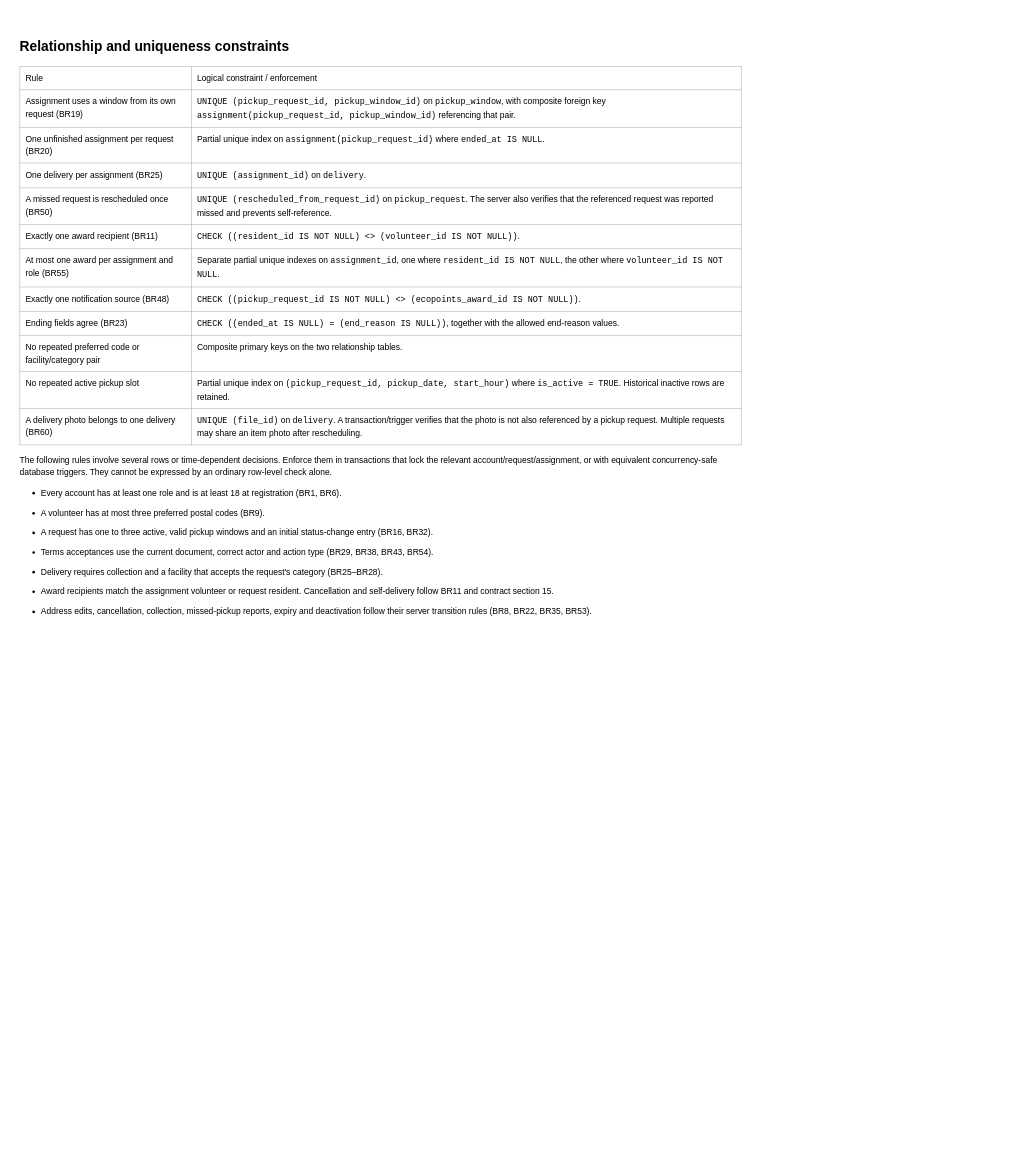
The draw.io diagram page "Relationship and uniqueness constraints" (5 of 6) of docs/Final Submission/ENSF608/2. Logical model/Logical Database Model.drawio in dannydufau/ecocollect, before the edit. Source tidied: cells renumbered, new cells numbered last; positions are measured from the earlier drawing's top-left corner, leaving out a move shared by most shapes. Both pictures are drawn from the tidied source at 53%, with x=0, y=0 at pixel (9, 14).
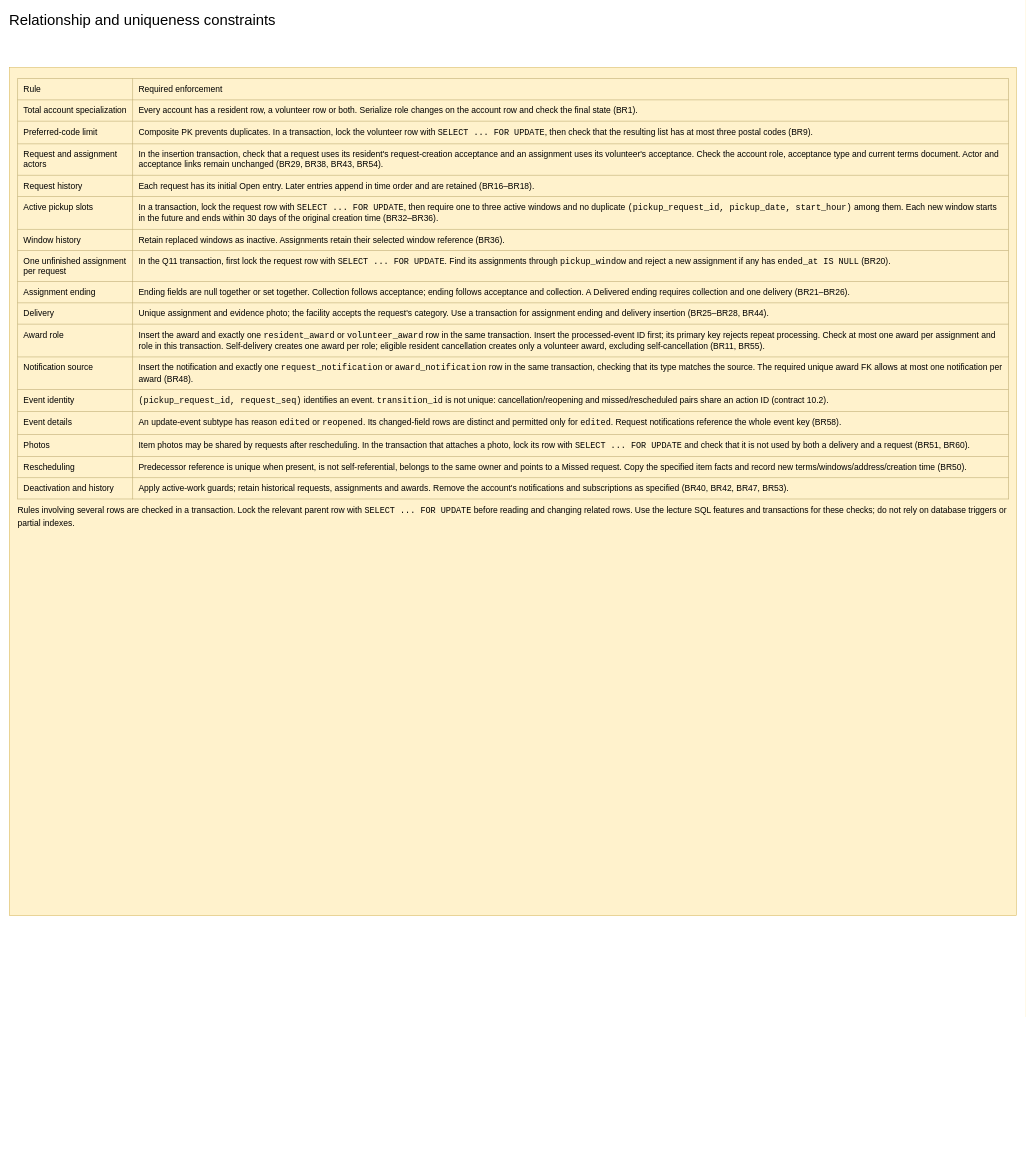
After the change.

Commit message (it also covers changes not shown here):
608: Align logical model and document normalization to 3NF (#185)

Change to the diagram source:
```diff
@@
 <mxGraphModel>
   <root>
     <mxCell id="0" />
     <mxCell id="1" parent="0" />
-    <mxCell id="2" value="&lt;div style=&quot;font-family:Helvetica,Arial,sans-serif;font-size:16px;line-height:1.45&quot;&gt;&lt;h1 style=&quot;font-size:26px&quot;&gt;Relationship and uniqueness constraints&lt;/h1&gt;&lt;table style=&quot;border-collapse:collapse;width:100%;font-size:16px&quot;&gt;&lt;tr&gt;&lt;td style=&quot;border:1px solid #aaa;padding:10px;vertical-align:top&quot;&gt;Rule&lt;/td&gt;&lt;td style=&quot;border:1px solid #aaa;padding:10px;vertical-align:top&quot;&gt;Logical constraint / enforcement&lt;/td&gt;&lt;/tr&gt;&lt;tr&gt;&lt;td style=&quot;border:1px solid #aaa;padding:10px;vertical-align:top&quot;&gt;Assignment uses a window from its own request (BR19)&lt;/td&gt;&lt;td style=&quot;border:1px solid #aaa;padding:10px;vertical-align:top&quot;&gt;&lt;code&gt;UNIQUE (pickup_request_id, pickup_window_id)&lt;/code&gt; on &lt;code&gt;pickup_window&lt;/code&gt;, with composite foreign key &lt;code&gt;assignment(pickup_request_id, pickup_window_id)&lt;/code&gt; referencing that pair.&lt;/td&gt;&lt;/tr&gt;&lt;tr&gt;&lt;td style=&quot;border:1px solid #aaa;padding:10px;vertical-align:top&quot;&gt;One unfinished assignment per request (BR20)&lt;/td&gt;&lt;td style=&quot;border:1px solid #aaa;padding:10px;vertical-align:top&quot;&gt;Partial unique index on &lt;code&gt;assignment(pickup_request_id)&lt;/code&gt; where &lt;code&gt;ended_at IS NULL&lt;/code&gt;.&lt;/td&gt;&lt;/tr&gt;&lt;tr&gt;&lt;td style=&quot;border:1px solid #aaa;padding:10px;vertical-align:top&quot;&gt;One delivery per assignment (BR25)&lt;/td&gt;&lt;td style=&quot;border:1px solid #aaa;padding:10px;vertical-align:top&quot;&gt;&lt;code&gt;UNIQUE (assignment_id)&lt;/code&gt; on &lt;code&gt;delivery&lt;/code&gt;.&lt;/td&gt;&lt;/tr&gt;&lt;tr&gt;&lt;td style=&quot;border:1px solid #aaa;padding:10px;vertical-align:top&quot;&gt;A missed request is rescheduled once (BR50)&lt;/td&gt;&lt;td style=&quot;border:1px solid #aaa;padding:10px;vertical-align:top&quot;&gt;&lt;code&gt;UNIQUE (rescheduled_from_request_id)&lt;/code&gt; on &lt;code&gt;pickup_request&lt;/code&gt;. The server also verifies that the referenced request was reported missed and prevents self-reference.&lt;/td&gt;&lt;/tr&gt;&lt;tr&gt;&lt;td style=&quot;border:1px solid #aaa;padding:10px;vertical-align:top&quot;&gt;Exactly one award recipient (BR11)&lt;/td&gt;&lt;td style=&quot;border:1px solid #aaa;padding:10px;vertical-align:top&quot;&gt;&lt;code&gt;CHECK ((resident_id IS NOT NULL) &amp;lt;&amp;gt; (volunteer_id IS NOT NULL))&lt;/code&gt;.&lt;/td&gt;&lt;/tr&gt;&lt;tr&gt;&lt;td style=&quot;border:1px solid #aaa;padding:10px;vertical-align:top&quot;&gt;At most one award per assignment and role (BR55)&lt;/td&gt;&lt;td style=&quot;border:1px solid #aaa;padding:10px;vertical-align:top&quot;&gt;Separate partial unique indexes on &lt;code&gt;assignment_id&lt;/code&gt;, one where &lt;code&gt;resident_id IS NOT NULL&lt;/code&gt;, the other where &lt;code&gt;volunteer_id IS NOT NULL&lt;/code&gt;.&lt;/td&gt;&lt;/tr&gt;&lt;tr&gt;&lt;td style=&quot;border:1px solid #aaa;padding:10px;vertical-align:top&quot;&gt;Exactly one notification source (BR48)&lt;/td&gt;&lt;td style=&quot;border:1px solid #aaa;padding:10px;vertical-align:top&quot;&gt;&lt;code&gt;CHECK ((pickup_request_id IS NOT NULL) &amp;lt;&amp;gt; (ecopoints_award_id IS NOT NULL))&lt;/code&gt;.&lt;/td&gt;&lt;/tr&gt;&lt;tr&gt;&lt;td style=&quot;border:1px solid #aaa;padding:10px;vertical-align:top&quot;&gt;Ending fields agree (BR23)&lt;/td&gt;&lt;td style=&quot;border:1px solid #aaa;padding:10px;vertical-align:top&quot;&gt;&lt;code&gt;CHECK ((ended_at IS NULL) = (end_reason IS NULL))&lt;/code&gt;, together with the allowed end-reason values.&lt;/td&gt;&lt;/tr&gt;&lt;tr&gt;&lt;td style=&quot;border:1px solid #aaa;padding:10px;vertical-align:top&quot;&gt;No repeated preferred code or facility/category pair&lt;/td&gt;&lt;td style=&quot;border:1px solid #aaa;padding:10px;vertical-align:top&quot;&gt;Composite primary keys on the two relationship tables.&lt;/td&gt;&lt;/tr&gt;&lt;tr&gt;&lt;td style=&quot;border:1px solid #aaa;padding:10px;vertical-align:top&quot;&gt;No repeated active pickup slot&lt;/td&gt;&lt;td style=&quot;border:1px solid #aaa;padding:10px;vertical-align:top&quot;&gt;Partial unique index on &lt;code&gt;(pickup_request_id, pickup_date, start_hour)&lt;/code&gt; where &lt;code&gt;is_active = TRUE&lt;/code&gt;. Historical inactive rows are retained.&lt;/td&gt;&lt;/tr&gt;&lt;tr&gt;&lt;td style=&quot;border:1px solid #aaa;padding:10px;vertical-align:top&quot;&gt;A delivery photo belongs to one delivery (BR60)&lt;/td&gt;&lt;td style=&quot;border:1px solid #aaa;padding:10px;vertical-align:top&quot;&gt;&lt;code&gt;UNIQUE (file_id)&lt;/code&gt; on &lt;code&gt;delivery&lt;/code&gt;. A transaction/trigger verifies that the photo is not also referenced by a pickup request. Multiple requests may share an item photo after rescheduling.&lt;/td&gt;&lt;/tr&gt;&lt;/table&gt;&lt;p&gt;The following rules involve several rows or time-dependent decisions. Enforce them in transactions that lock the relevant account/request/assignment, or with equivalent concurrency-safe database triggers. They cannot be expressed by an ordinary row-level check alone.&lt;/p&gt;&lt;ul&gt;&lt;li style=&quot;margin-bottom:14px&quot;&gt;Every account has at least one role and is at least 18 at registration (BR1, BR6).&lt;/li&gt;&lt;li style=&quot;margin-bottom:14px&quot;&gt;A volunteer has at most three preferred postal codes (BR9).&lt;/li&gt;&lt;li style=&quot;margin-bottom:14px&quot;&gt;A request has one to three active, valid pickup windows and an initial status-change entry (BR16, BR32).&lt;/li&gt;&lt;li style=&quot;margin-bottom:14px&quot;&gt;Terms acceptances use the current document, correct actor and action type (BR29, BR38, BR43, BR54).&lt;/li&gt;&lt;li style=&quot;margin-bottom:14px&quot;&gt;Delivery requires collection and a facility that accepts the request&amp;#x27;s category (BR25–BR28).&lt;/li&gt;&lt;li style=&quot;margin-bottom:14px&quot;&gt;Award recipients match the assignment volunteer or request resident. Cancellation and self-delivery follow BR11 and contract section 15.&lt;/li&gt;&lt;li style=&quot;margin-bottom:14px&quot;&gt;Address edits, cancellation, collection, missed-pickup reports, expiry and deactivation follow their server transition rules (BR8, BR22, BR35, BR53).&lt;/li&gt;&lt;/ul&gt;&lt;/div&gt;" style="text;html=1;whiteSpace=wrap;align=left;verticalAlign=top;spacing=20;" parent="1" vertex="1">
-      <mxGeometry width="1400" height="2150" as="geometry" />
-    </mxCell>
+    <mxCell id="3" value="Relationship and uniqueness constraints" style="text;html=1;whiteSpace=wrap;align=left;verticalAlign=top;fontFamily=Helvetica;fontSize=28;fontColor=#000000;spacing=0;" parent="1" vertex="1">
+      <mxGeometry y="-10" width="1850" height="70" as="geometry" />
+    </mxCell>
+    <mxCell id="4" value="&lt;table style=&quot;width:100%;border-collapse:collapse;font-size:16px&quot;&gt;&lt;tr&gt;&lt;td style=&quot;border:1px solid #b9a76c;padding:10px;vertical-align:top&quot;&gt;Rule&lt;/td&gt;&lt;td style=&quot;border:1px solid #b9a76c;padding:10px;vertical-align:top&quot;&gt;Required enforcement&lt;/td&gt;&lt;/tr&gt;&lt;tr&gt;&lt;td style=&quot;border:1px solid #b9a76c;padding:10px;vertical-align:top&quot;&gt;Total account specialization&lt;/td&gt;&lt;td style=&quot;border:1px solid #b9a76c;padding:10px;vertical-align:top&quot;&gt;Every account has a resident row, a volunteer row or both. Serialize role changes on the account row and check the final state (BR1).&lt;/td&gt;&lt;/tr&gt;&lt;tr&gt;&lt;td style=&quot;border:1px solid #b9a76c;padding:10px;vertical-align:top&quot;&gt;Preferred-code limit&lt;/td&gt;&lt;td style=&quot;border:1px solid #b9a76c;padding:10px;vertical-align:top&quot;&gt;Composite PK prevents duplicates. In a transaction, lock the volunteer row with &lt;code&gt;SELECT ... FOR UPDATE&lt;/code&gt;, then check that the resulting list has at most three postal codes (BR9).&lt;/td&gt;&lt;/tr&gt;&lt;tr&gt;&lt;td style=&quot;border:1px solid #b9a76c;padding:10px;vertical-align:top&quot;&gt;Request and assignment actors&lt;/td&gt;&lt;td style=&quot;border:1px solid #b9a76c;padding:10px;vertical-align:top&quot;&gt;In the insertion transaction, check that a request uses its resident&amp;#x27;s request-creation acceptance and an assignment uses its volunteer&amp;#x27;s acceptance. Check the account role, acceptance type and current terms document. Actor and acceptance links remain unchanged (BR29, BR38, BR43, BR54).&lt;/td&gt;&lt;/tr&gt;&lt;tr&gt;&lt;td style=&quot;border:1px solid #b9a76c;padding:10px;vertical-align:top&quot;&gt;Request history&lt;/td&gt;&lt;td style=&quot;border:1px solid #b9a76c;padding:10px;vertical-align:top&quot;&gt;Each request has its initial Open entry. Later entries append in time order and are retained (BR16–BR18).&lt;/td&gt;&lt;/tr&gt;&lt;tr&gt;&lt;td style=&quot;border:1px solid #b9a76c;padding:10px;vertical-align:top&quot;&gt;Active pickup slots&lt;/td&gt;&lt;td style=&quot;border:1px solid #b9a76c;padding:10px;vertical-align:top&quot;&gt;In a transaction, lock the request row with &lt;code&gt;SELECT ... FOR UPDATE&lt;/code&gt;, then require one to three active windows and no duplicate &lt;code&gt;(pickup_request_id, pickup_date, start_hour)&lt;/code&gt; among them. Each new window starts in the future and ends within 30 days of the original creation time (BR32–BR36).&lt;/td&gt;&lt;/tr&gt;&lt;tr&gt;&lt;td style=&quot;border:1px solid #b9a76c;padding:10px;vertical-align:top&quot;&gt;Window history&lt;/td&gt;&lt;td style=&quot;border:1px solid #b9a76c;padding:10px;vertical-align:top&quot;&gt;Retain replaced windows as inactive. Assignments retain their selected window reference (BR36).&lt;/td&gt;&lt;/tr&gt;&lt;tr&gt;&lt;td style=&quot;border:1px solid #b9a76c;padding:10px;vertical-align:top&quot;&gt;One unfinished assignment per request&lt;/td&gt;&lt;td style=&quot;border:1px solid #b9a76c;padding:10px;vertical-align:top&quot;&gt;In the Q11 transaction, first lock the request row with &lt;code&gt;SELECT ... FOR UPDATE&lt;/code&gt;. Find its assignments through &lt;code&gt;pickup_window&lt;/code&gt; and reject a new assignment if any has &lt;code&gt;ended_at IS NULL&lt;/code&gt; (BR20).&lt;/td&gt;&lt;/tr&gt;&lt;tr&gt;&lt;td style=&quot;border:1px solid #b9a76c;padding:10px;vertical-align:top&quot;&gt;Assignment ending&lt;/td&gt;&lt;td style=&quot;border:1px solid #b9a76c;padding:10px;vertical-align:top&quot;&gt;Ending fields are null together or set together. Collection follows acceptance; ending follows acceptance and collection. A Delivered ending requires collection and one delivery (BR21–BR26).&lt;/td&gt;&lt;/tr&gt;&lt;tr&gt;&lt;td style=&quot;border:1px solid #b9a76c;padding:10px;vertical-align:top&quot;&gt;Delivery&lt;/td&gt;&lt;td style=&quot;border:1px solid #b9a76c;padding:10px;vertical-align:top&quot;&gt;Unique assignment and evidence photo; the facility accepts the request&amp;#x27;s category. Use a transaction for assignment ending and delivery insertion (BR25–BR28, BR44).&lt;/td&gt;&lt;/tr&gt;&lt;tr&gt;&lt;td style=&quot;border:1px solid #b9a76c;padding:10px;vertical-align:top&quot;&gt;Award role&lt;/td&gt;&lt;td style=&quot;border:1px solid #b9a76c;padding:10px;vertical-align:top&quot;&gt;Insert the award and exactly one &lt;code&gt;resident_award&lt;/code&gt; or &lt;code&gt;volunteer_award&lt;/code&gt; row in the same transaction. Insert the processed-event ID first; its primary key rejects repeat processing. Check at most one award per assignment and role in this transaction. Self-delivery creates one award per role; eligible resident cancellation creates only a volunteer award, excluding self-cancellation (BR11, BR55).&lt;/td&gt;&lt;/tr&gt;&lt;tr&gt;&lt;td style=&quot;border:1px solid #b9a76c;padding:10px;vertical-align:top&quot;&gt;Notification source&lt;/td&gt;&lt;td style=&quot;border:1px solid #b9a76c;padding:10px;vertical-align:top&quot;&gt;Insert the notification and exactly one &lt;code&gt;request_notification&lt;/code&gt; or &lt;code&gt;award_notification&lt;/code&gt; row in the same transaction, checking that its type matches the source. The required unique award FK allows at most one notification per award (BR48).&lt;/td&gt;&lt;/tr&gt;&lt;tr&gt;&lt;td style=&quot;border:1px solid #b9a76c;padding:10px;vertical-align:top&quot;&gt;Event identity&lt;/td&gt;&lt;td style=&quot;border:1px solid #b9a76c;padding:10px;vertical-align:top&quot;&gt;&lt;code&gt;(pickup_request_id, request_seq)&lt;/code&gt; identifies an event. &lt;code&gt;transition_id&lt;/code&gt; is not unique: cancellation/reopening and missed/rescheduled pairs share an action ID (contract 10.2).&lt;/td&gt;&lt;/tr&gt;&lt;tr&gt;&lt;td style=&quot;border:1px solid #b9a76c;padding:10px;vertical-align:top&quot;&gt;Event details&lt;/td&gt;&lt;td style=&quot;border:1px solid #b9a76c;padding:10px;vertical-align:top&quot;&gt;An update-event subtype has reason &lt;code&gt;edited&lt;/code&gt; or &lt;code&gt;reopened&lt;/code&gt;. Its changed-field rows are distinct and permitted only for &lt;code&gt;edited&lt;/code&gt;. Request notifications reference the whole event key (BR58).&lt;/td&gt;&lt;/tr&gt;&lt;tr&gt;&lt;td style=&quot;border:1px solid #b9a76c;padding:10px;vertical-align:top&quot;&gt;Photos&lt;/td&gt;&lt;td style=&quot;border:1px solid #b9a76c;padding:10px;vertical-align:top&quot;&gt;Item photos may be shared by requests after rescheduling. In the transaction that attaches a photo, lock its row with &lt;code&gt;SELECT ... FOR UPDATE&lt;/code&gt; and check that it is not used by both a delivery and a request (BR51, BR60).&lt;/td&gt;&lt;/tr&gt;&lt;tr&gt;&lt;td style=&quot;border:1px solid #b9a76c;padding:10px;vertical-align:top&quot;&gt;Rescheduling&lt;/td&gt;&lt;td style=&quot;border:1px solid #b9a76c;padding:10px;vertical-align:top&quot;&gt;Predecessor reference is unique when present, is not self-referential, belongs to the same owner and points to a Missed request. Copy the specified item facts and record new terms/windows/address/creation time (BR50).&lt;/td&gt;&lt;/tr&gt;&lt;tr&gt;&lt;td style=&quot;border:1px solid #b9a76c;padding:10px;vertical-align:top&quot;&gt;Deactivation and history&lt;/td&gt;&lt;td style=&quot;border:1px solid #b9a76c;padding:10px;vertical-align:top&quot;&gt;Apply active-work guards; retain historical requests, assignments and awards. Remove the account&amp;#x27;s notifications and subscriptions as specified (BR40, BR42, BR47, BR53).&lt;/td&gt;&lt;/tr&gt;&lt;/table&gt;&lt;p style=&quot;line-height:1.45;margin:9px 0&quot;&gt;Rules involving several rows are checked in a transaction. Lock the relevant parent row with &lt;code&gt;SELECT ... FOR UPDATE&lt;/code&gt; before reading and changing related rows. Use the lecture SQL features and transactions for these checks; do not rely on database triggers or partial indexes.&lt;/p&gt;" style="whiteSpace=wrap;html=1;fillColor=#fff2cc;strokeColor=#d6b656;align=left;verticalAlign=top;spacing=16;fontFamily=Helvetica;fontSize=16;fontColor=#000000;" parent="1" vertex="1">
+      <mxGeometry y="100" width="1900" height="1600" as="geometry" />
+    </mxCell>
   </root>
 </mxGraphModel>
```
